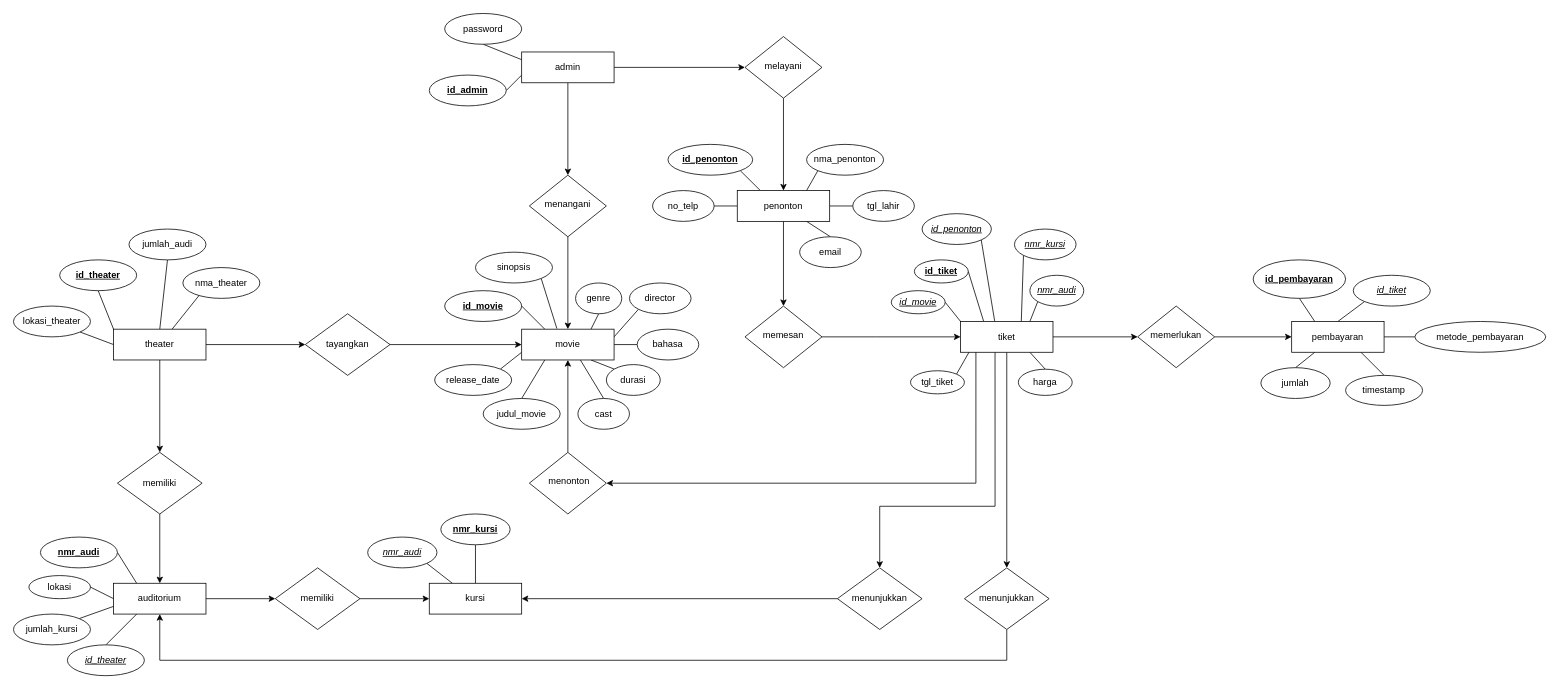
This is movie_erd.drawio from vinnnna/sistem-basis-data, a draw.io file, before an edit. Source tidied: cells renumbered, new cells numbered last; positions are measured from the earlier drawing's top-left corner, leaving out a move shared by most shapes. Both pictures are drawn from the tidied source at 77%, with x=0, y=0 at pixel (13, 13).
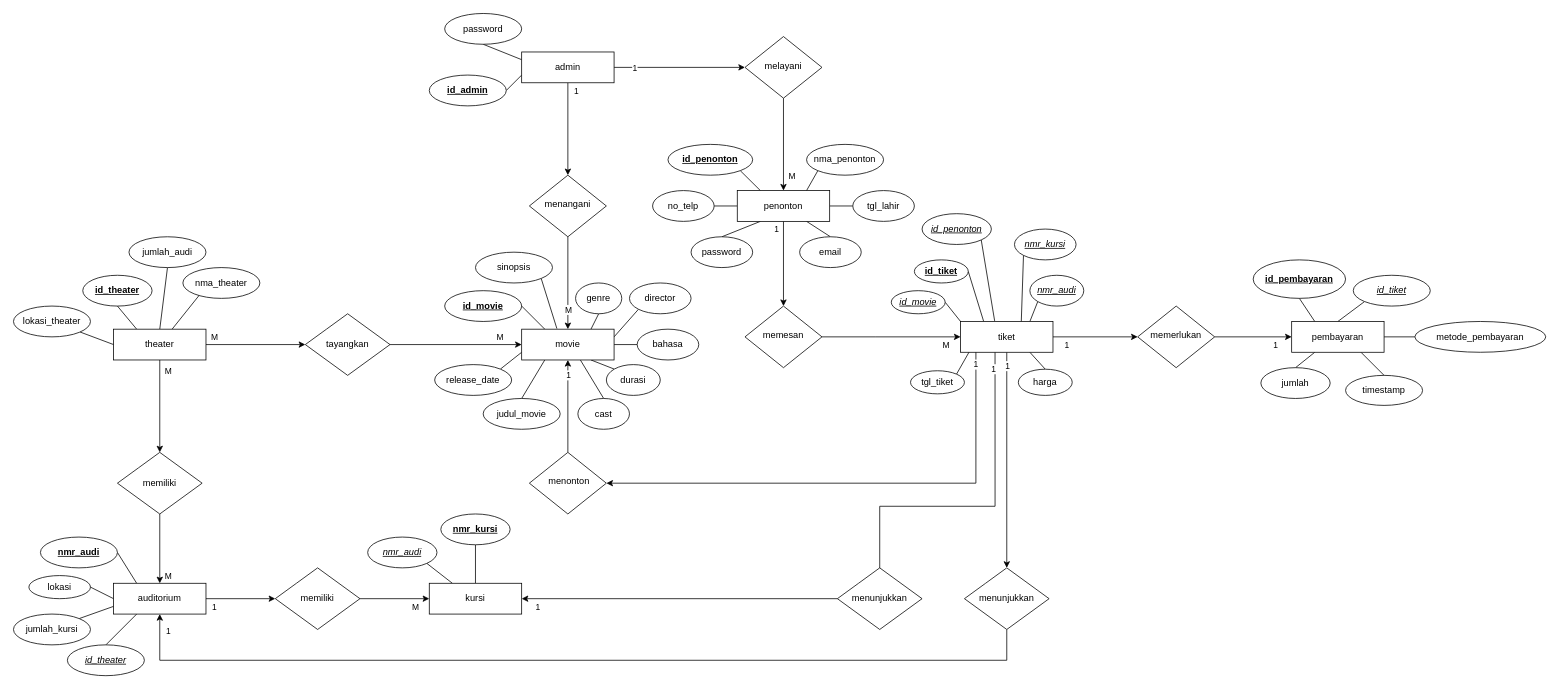
After the change.

The change refers to these unchanged cells:
```xml
<mxCell id="2" style="edgeStyle=orthogonalEdgeStyle;rounded=0;jettySize=auto;html=1;exitX=1;exitY=0.5;exitDx=0;exitDy=0;entryX=0;entryY=0.5;entryDx=0;entryDy=0;" parent="1" edge="1" source="6" target="8">
  <mxGeometry relative="1" as="geometry" />
</mxCell>
<mxCell id="3" style="edgeStyle=orthogonalEdgeStyle;rounded=0;jettySize=auto;html=1;exitX=0.5;exitY=1;exitDx=0;exitDy=0;entryX=0.5;entryY=0;entryDx=0;entryDy=0;" parent="1" edge="1" source="6" target="51">
  <mxGeometry relative="1" as="geometry" />
</mxCell>
<mxCell id="7" style="edgeStyle=orthogonalEdgeStyle;rounded=0;jettySize=auto;html=1;exitX=0.5;exitY=1;exitDx=0;exitDy=0;entryX=0.5;entryY=0;entryDx=0;entryDy=0;" parent="1" edge="1" source="8" target="27">
  <mxGeometry relative="1" as="geometry" />
</mxCell>
<mxCell id="19" style="edgeStyle=orthogonalEdgeStyle;rounded=0;jettySize=auto;html=1;exitX=1;exitY=0.5;exitDx=0;exitDy=0;entryX=0;entryY=0.5;entryDx=0;entryDy=0;" parent="1" edge="1" source="20" target="39">
  <mxGeometry relative="1" as="geometry">
    <Array as="points">
      <mxPoint x="1120" y="420" />
      <mxPoint x="1120" y="420" />
    </Array>
  </mxGeometry>
</mxCell>
<mxCell id="21" style="edgeStyle=orthogonalEdgeStyle;rounded=0;jettySize=auto;html=1;exitX=0.5;exitY=1;exitDx=0;exitDy=0;entryX=0.5;entryY=0;entryDx=0;entryDy=0;" parent="1" edge="1" source="27" target="20">
  <mxGeometry relative="1" as="geometry" />
</mxCell>
<mxCell id="27" value="penonton" style="rounded=1;whiteSpace=wrap;html=1;fontSize=12;glass=0;strokeWidth=1;shadow=0;arcSize=0;" parent="1" vertex="1">
  <mxGeometry x="940" y="230" width="120" height="40" as="geometry" />
</mxCell>
<mxCell id="28" style="edgeStyle=orthogonalEdgeStyle;rounded=0;jettySize=auto;html=1;entryX=0;entryY=0.5;entryDx=0;entryDy=0;exitX=1;exitY=0.5;exitDx=0;exitDy=0;" parent="1" edge="1" source="39" target="47">
  <mxGeometry relative="1" as="geometry" />
</mxCell>
<mxCell id="29" style="edgeStyle=orthogonalEdgeStyle;rounded=0;jettySize=auto;html=1;exitX=0.166;exitY=0.983;exitDx=0;exitDy=0;entryX=1;entryY=0.5;entryDx=0;entryDy=0;exitPerimeter=0;" parent="1" edge="1" source="39" target="49">
  <mxGeometry relative="1" as="geometry">
    <Array as="points">
      <mxPoint x="1250" y="610" />
    </Array>
  </mxGeometry>
</mxCell>
<mxCell id="38" style="edgeStyle=orthogonalEdgeStyle;rounded=0;jettySize=auto;html=1;exitX=0.5;exitY=1;exitDx=0;exitDy=0;entryX=0.5;entryY=0;entryDx=0;entryDy=0;" parent="1" edge="1" source="39" target="113">
  <mxGeometry relative="1" as="geometry" />
</mxCell>
<mxCell id="39" value="tiket" style="rounded=1;whiteSpace=wrap;html=1;fontSize=12;glass=0;strokeWidth=1;shadow=0;arcSize=0;" parent="1" vertex="1">
  <mxGeometry x="1230" y="400" width="120" height="40" as="geometry" />
</mxCell>
<mxCell id="46" style="edgeStyle=orthogonalEdgeStyle;rounded=0;jettySize=auto;html=1;exitX=1;exitY=0.5;exitDx=0;exitDy=0;entryX=0;entryY=0.5;entryDx=0;entryDy=0;" parent="1" edge="1" source="47" target="45">
  <mxGeometry relative="1" as="geometry" />
</mxCell>
<mxCell id="48" style="edgeStyle=orthogonalEdgeStyle;rounded=0;jettySize=auto;html=1;exitX=0.5;exitY=0;exitDx=0;exitDy=0;entryX=0.5;entryY=1;entryDx=0;entryDy=0;" parent="1" edge="1" source="49" target="18">
  <mxGeometry relative="1" as="geometry" />
</mxCell>
<mxCell id="50" style="edgeStyle=orthogonalEdgeStyle;rounded=0;jettySize=auto;html=1;exitX=0.5;exitY=1;exitDx=0;exitDy=0;entryX=0.5;entryY=0;entryDx=0;entryDy=0;" parent="1" edge="1" source="51" target="18">
  <mxGeometry relative="1" as="geometry" />
</mxCell>
<mxCell id="52" style="edgeStyle=orthogonalEdgeStyle;rounded=0;jettySize=auto;html=1;exitX=1;exitY=0.5;exitDx=0;exitDy=0;entryX=0;entryY=0.5;entryDx=0;entryDy=0;" parent="1" edge="1" source="58" target="60">
  <mxGeometry relative="1" as="geometry" />
</mxCell>
<mxCell id="57" style="edgeStyle=orthogonalEdgeStyle;rounded=0;jettySize=auto;html=1;entryX=0.5;entryY=0;entryDx=0;entryDy=0;" parent="1" edge="1" source="58" target="89">
  <mxGeometry relative="1" as="geometry" />
</mxCell>
<mxCell id="58" value="theater" style="rounded=1;whiteSpace=wrap;html=1;fontSize=12;glass=0;strokeWidth=1;shadow=0;arcSize=0;" parent="1" vertex="1">
  <mxGeometry x="130" y="410" width="120" height="40" as="geometry" />
</mxCell>
<mxCell id="59" style="edgeStyle=orthogonalEdgeStyle;rounded=0;jettySize=auto;html=1;exitX=1;exitY=0.5;exitDx=0;exitDy=0;entryX=0;entryY=0.5;entryDx=0;entryDy=0;" parent="1" edge="1" source="60" target="18">
  <mxGeometry relative="1" as="geometry" />
</mxCell>
<mxCell id="88" style="edgeStyle=orthogonalEdgeStyle;rounded=0;jettySize=auto;html=1;entryX=0.5;entryY=0;entryDx=0;entryDy=0;" parent="1" edge="1" source="89" target="95">
  <mxGeometry relative="1" as="geometry" />
</mxCell>
<mxCell id="90" style="edgeStyle=orthogonalEdgeStyle;rounded=0;jettySize=auto;html=1;entryX=0;entryY=0.5;entryDx=0;entryDy=0;" parent="1" edge="1" source="95" target="97">
  <mxGeometry relative="1" as="geometry" />
</mxCell>
<mxCell id="96" style="edgeStyle=orthogonalEdgeStyle;rounded=0;jettySize=auto;html=1;entryX=0;entryY=0.5;entryDx=0;entryDy=0;" parent="1" edge="1" source="97" target="100">
  <mxGeometry relative="1" as="geometry" />
</mxCell>
<mxCell id="111" style="edgeStyle=orthogonalEdgeStyle;rounded=0;jettySize=auto;html=1;entryX=1;entryY=0.5;entryDx=0;entryDy=0;exitX=0;exitY=0.5;exitDx=0;exitDy=0;" parent="1" edge="1" source="114" target="100">
  <mxGeometry relative="1" as="geometry" />
</mxCell>
<mxCell id="112" style="edgeStyle=orthogonalEdgeStyle;rounded=0;jettySize=auto;html=1;exitX=0.5;exitY=1;exitDx=0;exitDy=0;entryX=0.5;entryY=1;entryDx=0;entryDy=0;" parent="1" edge="1" source="113" target="95">
  <mxGeometry relative="1" as="geometry">
    <Array as="points">
      <mxPoint x="1290" y="840" />
      <mxPoint x="190" y="840" />
    </Array>
  </mxGeometry>
</mxCell>
<mxCell id="114" value="menunjukkan" style="rhombus;whiteSpace=wrap;html=1;rounded=1;glass=0;strokeWidth=1;shadow=0;arcSize=0;" parent="1" vertex="1">
  <mxGeometry x="1070" y="720" width="110" height="80" as="geometry" />
</mxCell>
```

What changed in the source:
```diff
@@
+    <mxCell id="116" value="1" style="edgeLabel;html=1;align=center;verticalAlign=middle;" parent="2" vertex="1">
+      <mxGeometry x="-0.69" relative="1" as="geometry" />
+    </mxCell>
@@
+    <mxCell id="117" value="1" style="edgeLabel;html=1;align=center;verticalAlign=middle;" parent="3" vertex="1">
+      <mxGeometry x="-0.61" y="-1" relative="1" as="geometry">
+        <mxPoint x="11" y="-13" as="offset" />
+      </mxGeometry>
+    </mxCell>
@@
+    <mxCell id="118" value="M" style="edgeLabel;html=1;align=center;verticalAlign=middle;" parent="7" vertex="1">
+      <mxGeometry x="0.62" y="-1" relative="1" as="geometry">
+        <mxPoint x="11" y="3" as="offset" />
+      </mxGeometry>
+    </mxCell>
@@
+    <mxCell id="119" value="M" style="edgeLabel;html=1;align=center;verticalAlign=middle;" parent="19" vertex="1">
+      <mxGeometry x="0.79" y="-3" relative="1" as="geometry">
+        <mxPoint x="-1" y="7" as="offset" />
+      </mxGeometry>
+    </mxCell>
@@
+    <mxCell id="120" value="1" style="edgeLabel;html=1;align=center;verticalAlign=middle;" parent="21" vertex="1">
+      <mxGeometry x="-0.74" y="-1" relative="1" as="geometry">
+        <mxPoint x="-9" y="-5" as="offset" />
+      </mxGeometry>
+    </mxCell>
@@
+    <mxCell id="121" style="rounded=0;jettySize=auto;html=1;exitX=0.25;exitY=1;exitDx=0;exitDy=0;entryX=0.5;entryY=0;entryDx=0;entryDy=0;endArrow=none;endFill=0;" parent="1" edge="1" source="27" target="137">
+      <mxGeometry relative="1" as="geometry" />
+    </mxCell>
@@
+    <mxCell id="122" value="1" style="edgeLabel;html=1;align=center;verticalAlign=middle;" parent="28" vertex="1">
+      <mxGeometry x="-0.7" y="-1" relative="1" as="geometry">
+        <mxPoint y="9" as="offset" />
+      </mxGeometry>
+    </mxCell>
@@
+    <mxCell id="123" value="1" style="edgeLabel;html=1;align=center;verticalAlign=middle;" parent="29" vertex="1">
+      <mxGeometry x="-0.96" y="-3" relative="1" as="geometry">
+        <mxPoint x="3" y="3" as="offset" />
+      </mxGeometry>
+    </mxCell>
@@
-    <mxCell id="37" style="edgeStyle=orthogonalEdgeStyle;rounded=0;jettySize=auto;html=1;exitX=0.373;exitY=0.997;exitDx=0;exitDy=0;exitPerimeter=0;entryX=0.5;entryY=0;entryDx=0;entryDy=0;" parent="1" edge="1" source="39" target="114">
+    <mxCell id="37" style="edgeStyle=orthogonalEdgeStyle;rounded=0;jettySize=auto;html=1;exitX=0.373;exitY=0.997;exitDx=0;exitDy=0;exitPerimeter=0;entryX=1;entryY=0.5;entryDx=0;entryDy=0;" parent="1" edge="1" source="39" target="114">
       <mxGeometry relative="1" as="geometry">
         <Array as="points">
           <mxPoint x="1275" y="640" />
           <mxPoint x="1125" y="640" />
+          <mxPoint x="1125" y="760" />
         </Array>
       </mxGeometry>
     </mxCell>
+    <mxCell id="124" value="1" style="edgeLabel;html=1;align=center;verticalAlign=middle;" parent="37" vertex="1">
+      <mxGeometry x="-0.91" y="-2" relative="1" as="geometry">
+        <mxPoint y="-2" as="offset" />
+      </mxGeometry>
+    </mxCell>
@@
+    <mxCell id="125" value="1" style="edgeLabel;html=1;align=center;verticalAlign=middle;" parent="38" vertex="1">
+      <mxGeometry x="-0.86" y="-1" relative="1" as="geometry">
+        <mxPoint x="1" y="-3" as="offset" />
+      </mxGeometry>
+    </mxCell>
@@
+    <mxCell id="126" value="1" style="edgeLabel;html=1;align=center;verticalAlign=middle;" parent="46" vertex="1">
+      <mxGeometry x="0.57" y="-1" relative="1" as="geometry">
+        <mxPoint y="9" as="offset" />
+      </mxGeometry>
+    </mxCell>
@@
+    <mxCell id="127" value="1" style="edgeLabel;html=1;align=center;verticalAlign=middle;" parent="48" vertex="1">
+      <mxGeometry x="0.66" y="1" relative="1" as="geometry">
+        <mxPoint x="1" y="-1" as="offset" />
+      </mxGeometry>
+    </mxCell>
@@
+    <mxCell id="128" value="M" style="edgeLabel;html=1;align=center;verticalAlign=middle;" parent="50" vertex="1">
+      <mxGeometry x="0.69" y="-1" relative="1" as="geometry">
+        <mxPoint x="1" y="-7" as="offset" />
+      </mxGeometry>
+    </mxCell>
@@
+    <mxCell id="129" value="M" style="edgeLabel;html=1;align=center;verticalAlign=middle;" parent="52" vertex="1">
+      <mxGeometry x="-0.75" y="1" relative="1" as="geometry">
+        <mxPoint x="-6" y="-9" as="offset" />
+      </mxGeometry>
+    </mxCell>
-    <mxCell id="53" style="rounded=0;jettySize=auto;html=1;entryX=0.5;entryY=1;entryDx=0;entryDy=0;endArrow=none;endFill=0;exitX=0;exitY=0;exitDx=0;exitDy=0;" parent="1" edge="1" source="58" target="61">
+    <mxCell id="53" style="rounded=0;jettySize=auto;html=1;entryX=0.5;entryY=1;entryDx=0;entryDy=0;endArrow=none;endFill=0;exitX=0.25;exitY=0;exitDx=0;exitDy=0;" parent="1" edge="1" source="58" target="61">
       <mxGeometry relative="1" as="geometry" />
     </mxCell>
@@
+    <mxCell id="130" value="M" style="edgeLabel;html=1;align=center;verticalAlign=middle;" parent="57" vertex="1">
+      <mxGeometry x="-0.82" y="2" relative="1" as="geometry">
+        <mxPoint x="8" y="3" as="offset" />
+      </mxGeometry>
+    </mxCell>
@@
+    <mxCell id="131" value="M" style="edgeLabel;html=1;align=center;verticalAlign=middle;" parent="59" vertex="1">
+      <mxGeometry x="0.66" y="1" relative="1" as="geometry">
+        <mxPoint y="-9" as="offset" />
+      </mxGeometry>
+    </mxCell>
@@
     <mxCell id="61" value="id_theater" style="ellipse;whiteSpace=wrap;html=1;fontStyle=5;" parent="1" vertex="1">
-      <mxGeometry x="60" y="320" width="100" height="40" as="geometry" />
+      <mxGeometry x="90" y="340" width="90" height="40" as="geometry" />
     </mxCell>
@@
     <mxCell id="82" value="jumlah_audi" style="ellipse;whiteSpace=wrap;html=1;fontStyle=0;" parent="1" vertex="1">
-      <mxGeometry x="150" y="280" width="100" height="40" as="geometry" />
+      <mxGeometry x="150" y="290" width="100" height="40" as="geometry" />
     </mxCell>
@@
+    <mxCell id="132" value="M" style="edgeLabel;html=1;align=center;verticalAlign=middle;" parent="88" vertex="1">
+      <mxGeometry x="0.5" y="3" relative="1" as="geometry">
+        <mxPoint x="7" y="12" as="offset" />
+      </mxGeometry>
+    </mxCell>
@@
+    <mxCell id="133" value="1" style="edgeLabel;html=1;align=center;verticalAlign=middle;" parent="90" vertex="1">
+      <mxGeometry x="-0.69" y="2" relative="1" as="geometry">
+        <mxPoint x="-4" y="12" as="offset" />
+      </mxGeometry>
+    </mxCell>
@@
+    <mxCell id="134" value="M" style="edgeLabel;html=1;align=center;verticalAlign=middle;" parent="96" vertex="1">
+      <mxGeometry x="0.66" y="3" relative="1" as="geometry">
+        <mxPoint x="-4" y="13" as="offset" />
+      </mxGeometry>
+    </mxCell>
@@
+    <mxCell id="135" value="1" style="edgeLabel;html=1;align=center;verticalAlign=middle;" parent="111" vertex="1">
+      <mxGeometry x="0.9" relative="1" as="geometry">
+        <mxPoint y="10" as="offset" />
+      </mxGeometry>
+    </mxCell>
@@
+    <mxCell id="136" value="1" style="edgeLabel;html=1;align=center;verticalAlign=middle;" parent="112" vertex="1">
+      <mxGeometry x="0.97" y="-1" relative="1" as="geometry">
+        <mxPoint x="9" y="3" as="offset" />
+      </mxGeometry>
+    </mxCell>
@@
+    <mxCell id="137" value="password" style="ellipse;whiteSpace=wrap;html=1;" parent="1" vertex="1">
+      <mxGeometry x="880" y="290" width="80" height="40" as="geometry" />
+    </mxCell>
```
